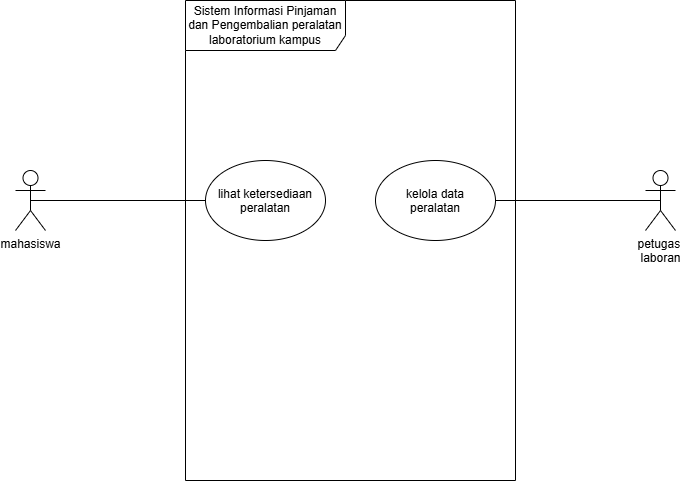
Earlier version of the draw.io export 03_latihan_tools/P02/LAB/P02_2406105_LAB_notasi_usecase_v01.drawio.png (2406105-oss/IFRWP5149_2406105_LabAlat). Source tidied: cells renumbered, new cells last; positions are measured from the earlier drawing's top-left corner, leaving out a move shared by most shapes. Source of this version:
```xml
<mxGraphModel>
  <root>
    <mxCell id="0" />
    <mxCell id="1" parent="0" />
    <mxCell id="2" value="Sistem Informasi Pinjaman dan Pengembalian peralatan laboratorium kampus" style="shape=umlFrame;whiteSpace=wrap;html=1;width=160;height=50;" parent="1" vertex="1">
      <mxGeometry x="170" width="330" height="480" as="geometry" />
    </mxCell>
    <mxCell id="3" value="lihat ketersediaan peralatan" style="ellipse;whiteSpace=wrap;html=1;shapeInside=1;" parent="2" vertex="1">
      <mxGeometry x="20" y="160" width="120" height="80" as="geometry" />
    </mxCell>
    <mxCell id="4" value="kelola data peralatan" style="ellipse;whiteSpace=wrap;html=1;shapeInside=1;" parent="2" vertex="1">
      <mxGeometry x="190" y="160" width="120" height="80" as="geometry" />
    </mxCell>
    <mxCell id="5" value="mahasiswa" style="shape=umlActor;verticalLabelPosition=bottom;verticalAlign=top;html=1;" parent="1" vertex="1">
      <mxGeometry y="170" width="30" height="60" as="geometry" />
    </mxCell>
    <mxCell id="6" value="petugas&amp;nbsp;&lt;div&gt;laboran&lt;/div&gt;" style="shape=umlActor;verticalLabelPosition=bottom;verticalAlign=top;html=1;" parent="1" vertex="1">
      <mxGeometry x="630" y="170" width="30" height="60" as="geometry" />
    </mxCell>
    <mxCell id="7" style="edgeStyle=orthogonalEdgeStyle;rounded=0;jettySize=auto;html=1;exitX=0;exitY=0.5;exitDx=0;exitDy=0;entryX=0.5;entryY=0.5;entryDx=0;entryDy=0;entryPerimeter=0;endArrow=none;endFill=0;" parent="1" edge="1" source="3" target="5">
      <mxGeometry relative="1" as="geometry" />
    </mxCell>
    <mxCell id="8" style="edgeStyle=orthogonalEdgeStyle;rounded=0;jettySize=auto;html=1;exitX=1;exitY=0.5;exitDx=0;exitDy=0;entryX=0.5;entryY=0.5;entryDx=0;entryDy=0;entryPerimeter=0;endArrow=none;endFill=0;" parent="1" edge="1" source="4" target="6">
      <mxGeometry relative="1" as="geometry" />
    </mxCell>
  </root>
</mxGraphModel>
```
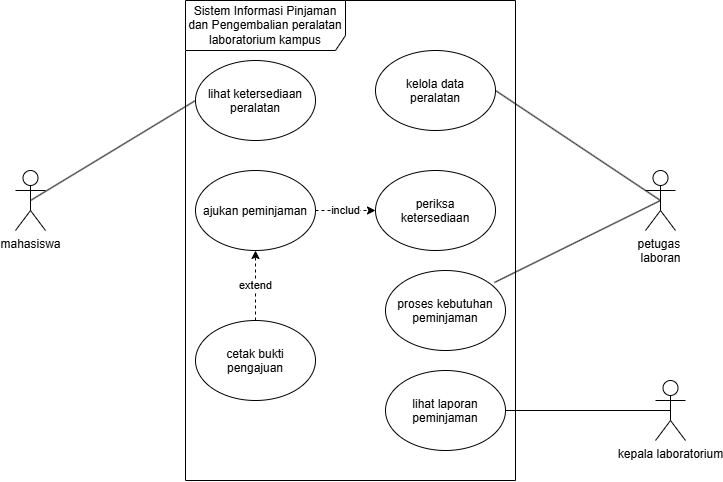
Later version of the same file.

What changed in the source:
```diff
@@ -6,22 +6,52 @@
       <mxGeometry x="170" width="330" height="480" as="geometry" />
     </mxCell>
     <mxCell id="3" value="lihat ketersediaan peralatan" style="ellipse;whiteSpace=wrap;html=1;shapeInside=1;" parent="2" vertex="1">
-      <mxGeometry x="20" y="160" width="120" height="80" as="geometry" />
+      <mxGeometry x="10" y="60" width="120" height="80" as="geometry" />
     </mxCell>
     <mxCell id="4" value="kelola data peralatan" style="ellipse;whiteSpace=wrap;html=1;shapeInside=1;" parent="2" vertex="1">
-      <mxGeometry x="190" y="160" width="120" height="80" as="geometry" />
+      <mxGeometry x="190" y="50" width="120" height="80" as="geometry" />
     </mxCell>
+    <mxCell id="9" value="includ" style="rounded=0;jettySize=auto;html=1;exitX=1;exitY=0.5;exitDx=0;exitDy=0;entryX=0;entryY=0.5;entryDx=0;entryDy=0;dashed=1;" parent="2" edge="1" source="10" target="11">
+      <mxGeometry relative="1" as="geometry" />
+    </mxCell>
+    <mxCell id="10" value="ajukan peminjaman&lt;div&gt;&lt;br/&gt;&lt;/div&gt;" style="ellipse;whiteSpace=wrap;html=1;shapeInside=1;" parent="2" vertex="1">
+      <mxGeometry x="10" y="170" width="120" height="80" as="geometry" />
+    </mxCell>
+    <mxCell id="11" value="&lt;div&gt;periksa ketersediaan&lt;/div&gt;" style="ellipse;whiteSpace=wrap;html=1;shapeInside=1;" parent="2" vertex="1">
+      <mxGeometry x="190" y="170" width="120" height="80" as="geometry" />
+    </mxCell>
+    <mxCell id="12" value="extend" style="rounded=0;jettySize=auto;html=1;exitX=0.5;exitY=0;exitDx=0;exitDy=0;entryX=0.5;entryY=1;entryDx=0;entryDy=0;dashed=1;" parent="2" edge="1" source="13" target="10">
+      <mxGeometry relative="1" as="geometry" />
+    </mxCell>
+    <mxCell id="13" value="&lt;div&gt;cetak bukti pengajuan&lt;/div&gt;" style="ellipse;whiteSpace=wrap;html=1;shapeInside=1;" parent="2" vertex="1">
+      <mxGeometry x="10" y="320" width="120" height="80" as="geometry" />
+    </mxCell>
+    <mxCell id="14" value="proses kebutuhan peminjaman" style="ellipse;whiteSpace=wrap;html=1;shapeInside=1;" parent="2" vertex="1">
+      <mxGeometry x="200" y="270" width="120" height="80" as="geometry" />
+    </mxCell>
+    <mxCell id="15" value="lihat laporan peminjaman" style="ellipse;whiteSpace=wrap;html=1;shapeInside=1;" parent="2" vertex="1">
+      <mxGeometry x="200" y="370" width="120" height="80" as="geometry" />
+    </mxCell>
     <mxCell id="5" value="mahasiswa" style="shape=umlActor;verticalLabelPosition=bottom;verticalAlign=top;html=1;" parent="1" vertex="1">
       <mxGeometry y="170" width="30" height="60" as="geometry" />
     </mxCell>
     <mxCell id="6" value="petugas&amp;nbsp;&lt;div&gt;laboran&lt;/div&gt;" style="shape=umlActor;verticalLabelPosition=bottom;verticalAlign=top;html=1;" parent="1" vertex="1">
       <mxGeometry x="630" y="170" width="30" height="60" as="geometry" />
     </mxCell>
-    <mxCell id="7" style="edgeStyle=orthogonalEdgeStyle;rounded=0;jettySize=auto;html=1;exitX=0;exitY=0.5;exitDx=0;exitDy=0;entryX=0.5;entryY=0.5;entryDx=0;entryDy=0;entryPerimeter=0;endArrow=none;endFill=0;" parent="1" edge="1" source="3" target="5">
+    <mxCell id="7" style="rounded=0;jettySize=auto;html=1;exitX=0;exitY=0.5;exitDx=0;exitDy=0;entryX=0.5;entryY=0.5;entryDx=0;entryDy=0;entryPerimeter=0;endArrow=none;endFill=0;" parent="1" edge="1" source="3" target="5">
       <mxGeometry relative="1" as="geometry" />
     </mxCell>
-    <mxCell id="8" style="edgeStyle=orthogonalEdgeStyle;rounded=0;jettySize=auto;html=1;exitX=1;exitY=0.5;exitDx=0;exitDy=0;entryX=0.5;entryY=0.5;entryDx=0;entryDy=0;entryPerimeter=0;endArrow=none;endFill=0;" parent="1" edge="1" source="4" target="6">
+    <mxCell id="8" style="rounded=0;jettySize=auto;html=1;exitX=1;exitY=0.5;exitDx=0;exitDy=0;entryX=0.5;entryY=0.5;entryDx=0;entryDy=0;entryPerimeter=0;endArrow=none;endFill=0;" parent="1" edge="1" source="4" target="6">
       <mxGeometry relative="1" as="geometry" />
     </mxCell>
+    <mxCell id="16" style="rounded=0;jettySize=auto;html=1;exitX=0.5;exitY=0.5;exitDx=0;exitDy=0;exitPerimeter=0;endArrow=none;endFill=0;" parent="1" edge="1" source="17" target="15">
+      <mxGeometry relative="1" as="geometry" />
+    </mxCell>
+    <mxCell id="17" value="kepala laboratorium" style="shape=umlActor;verticalLabelPosition=bottom;verticalAlign=top;html=1;" parent="1" vertex="1">
+      <mxGeometry x="640" y="380" width="30" height="60" as="geometry" />
+    </mxCell>
+    <mxCell id="18" style="rounded=0;jettySize=auto;html=1;exitX=0.5;exitY=0.5;exitDx=0;exitDy=0;exitPerimeter=0;entryX=0.908;entryY=0.15;entryDx=0;entryDy=0;entryPerimeter=0;endArrow=none;endFill=0;" parent="1" edge="1" source="6" target="14">
+      <mxGeometry relative="1" as="geometry" />
+    </mxCell>
   </root>
 </mxGraphModel>
```
